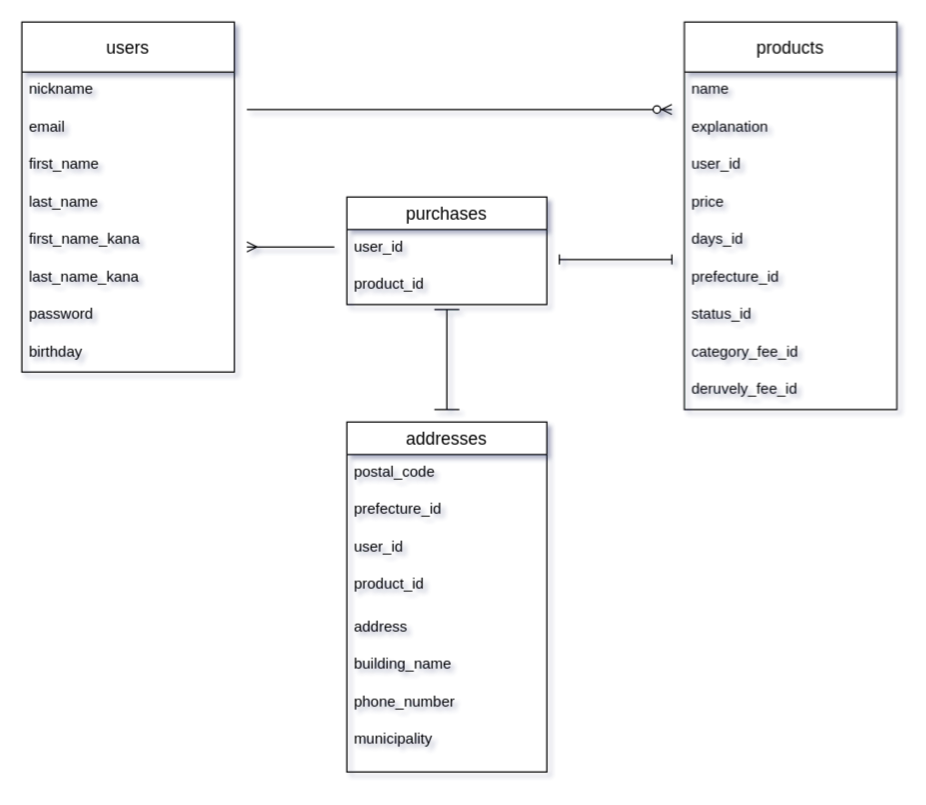
Earlier version of the draw.io diagram er.dio (xxyychyo/furima-37867). Source tidied: cells renumbered, new cells numbered last; positions are measured from the earlier drawing's top-left corner, leaving out a move shared by most shapes. Both pictures are drawn from the tidied source at 125%, with x=0, y=0 at pixel (21, 21).
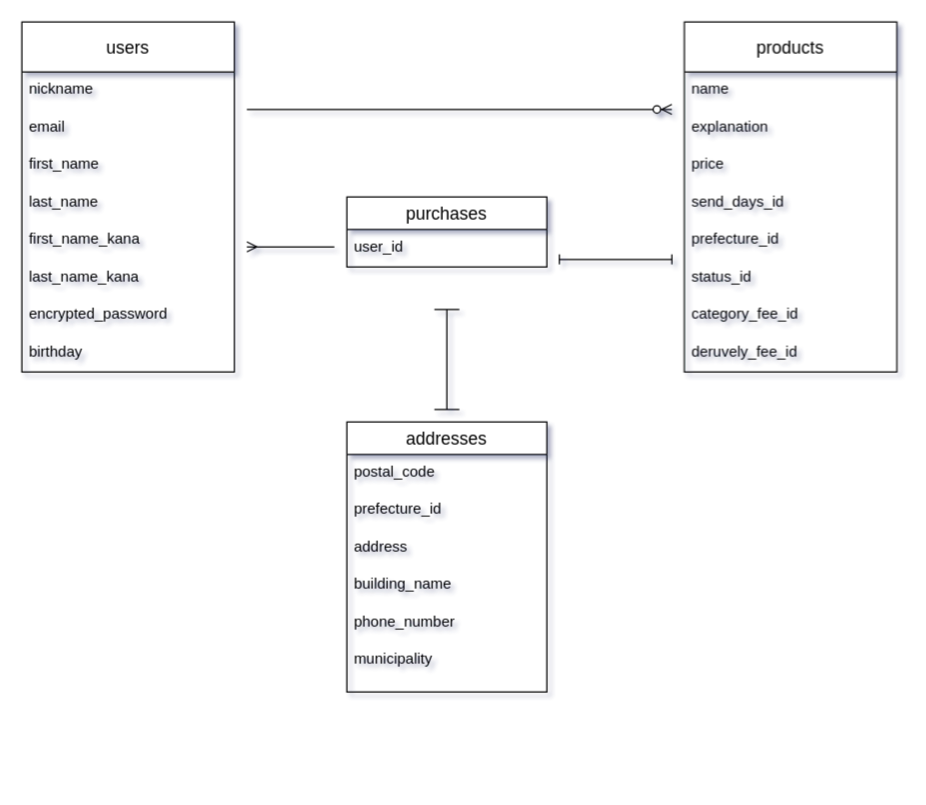
Above is the later version.

Unchanged cells that the change refers to:
```xml
<mxCell id="24" value="users" style="swimlane;fontStyle=0;horizontal=1;startSize=40;align=center;fontSize=14;direction=east;" parent="1" vertex="1">
  <mxGeometry width="170" height="280" as="geometry" />
</mxCell>
```

Diff of the diagram source:
```diff
@@
     <mxCell id="2" value="products" style="swimlane;fontStyle=0;horizontal=1;startSize=40;align=center;fontSize=14;direction=east;" parent="1" vertex="1">
-      <mxGeometry x="530" width="170" height="310" as="geometry" />
+      <mxGeometry x="530" width="170" height="280" as="geometry" />
     </mxCell>
@@
-    <mxCell id="5" value="user_id" style="text;strokeColor=none;fillColor=none;spacingLeft=4;spacingRight=4;overflow=hidden;fontSize=12;" parent="2" vertex="1">
-      <mxGeometry y="100" width="170" height="30" as="geometry" />
-    </mxCell>
     <mxCell id="6" value="price" style="text;strokeColor=none;fillColor=none;spacingLeft=4;spacingRight=4;overflow=hidden;fontSize=12;" parent="2" vertex="1">
-      <mxGeometry y="130" width="170" height="30" as="geometry" />
+      <mxGeometry y="100" width="170" height="30" as="geometry" />
     </mxCell>
-    <mxCell id="7" value="days_id" style="text;strokeColor=none;fillColor=none;spacingLeft=4;spacingRight=4;overflow=hidden;fontSize=12;" parent="2" vertex="1">
-      <mxGeometry y="160" width="170" height="30" as="geometry" />
+    <mxCell id="7" value="send_days_id" style="text;strokeColor=none;fillColor=none;spacingLeft=4;spacingRight=4;overflow=hidden;fontSize=12;" parent="2" vertex="1">
+      <mxGeometry y="130" width="170" height="30" as="geometry" />
     </mxCell>
     <mxCell id="8" value="prefecture_id" style="text;strokeColor=none;fillColor=none;spacingLeft=4;spacingRight=4;overflow=hidden;fontSize=12;" parent="2" vertex="1">
-      <mxGeometry y="190" width="170" height="30" as="geometry" />
+      <mxGeometry y="160" width="170" height="30" as="geometry" />
     </mxCell>
     <mxCell id="9" value="status_id" style="text;strokeColor=none;fillColor=none;spacingLeft=4;spacingRight=4;overflow=hidden;fontSize=12;" parent="2" vertex="1">
-      <mxGeometry y="220" width="170" height="30" as="geometry" />
+      <mxGeometry y="190" width="170" height="30" as="geometry" />
     </mxCell>
     <mxCell id="10" value="category_fee_id&#10;&#10;" style="text;strokeColor=none;fillColor=none;spacingLeft=4;spacingRight=4;overflow=hidden;fontSize=12;" parent="2" vertex="1">
-      <mxGeometry y="250" width="170" height="30" as="geometry" />
+      <mxGeometry y="220" width="170" height="30" as="geometry" />
     </mxCell>
     <mxCell id="11" value="deruvely_fee_id" style="text;strokeColor=none;fillColor=none;spacingLeft=4;spacingRight=4;overflow=hidden;fontSize=12;" parent="2" vertex="1">
-      <mxGeometry y="280" width="170" height="30" as="geometry" />
+      <mxGeometry y="250" width="170" height="30" as="geometry" />
     </mxCell>
     <mxCell id="12" value="purchases" style="swimlane;fontStyle=0;horizontal=1;startSize=26;align=center;fontSize=14;" parent="1" vertex="1">
-      <mxGeometry x="260" y="140" width="160" height="86" as="geometry" />
+      <mxGeometry x="260" y="140" width="160" height="56" as="geometry" />
     </mxCell>
@@
-    <mxCell id="14" value="product_id" style="text;strokeColor=none;fillColor=none;spacingLeft=4;spacingRight=4;overflow=hidden;fontSize=12;" parent="12" vertex="1">
-      <mxGeometry y="56" width="160" height="30" as="geometry" />
-    </mxCell>
     <mxCell id="15" value="addresses" style="swimlane;fontStyle=0;horizontal=1;startSize=26;align=center;fontSize=14;" parent="1" vertex="1">
-      <mxGeometry x="260" y="320" width="160" height="280" as="geometry" />
+      <mxGeometry x="260" y="320" width="160" height="216" as="geometry" />
     </mxCell>
@@
-    <mxCell id="18" value="user_id" style="text;strokeColor=none;fillColor=none;spacingLeft=4;spacingRight=4;overflow=hidden;fontSize=12;whiteSpace=wrap;" parent="15" vertex="1">
-      <mxGeometry y="86" width="160" height="30" as="geometry" />
-    </mxCell>
-    <mxCell id="19" value="product_id" style="text;strokeColor=none;fillColor=none;spacingLeft=4;spacingRight=4;overflow=hidden;fontSize=12;whiteSpace=wrap;" parent="15" vertex="1">
-      <mxGeometry y="116" width="160" height="34" as="geometry" />
-    </mxCell>
     <mxCell id="20" value="address" style="text;strokeColor=none;fillColor=none;spacingLeft=4;spacingRight=4;overflow=hidden;fontSize=12;whiteSpace=wrap;" parent="15" vertex="1">
-      <mxGeometry y="150" width="160" height="30" as="geometry" />
+      <mxGeometry y="86" width="160" height="30" as="geometry" />
     </mxCell>
     <mxCell id="21" value="building_name" style="text;strokeColor=none;fillColor=none;spacingLeft=4;spacingRight=4;overflow=hidden;fontSize=12;whiteSpace=wrap;" parent="15" vertex="1">
-      <mxGeometry y="180" width="160" height="30" as="geometry" />
+      <mxGeometry y="116" width="160" height="30" as="geometry" />
     </mxCell>
     <mxCell id="22" value="phone_number" style="text;strokeColor=none;fillColor=none;spacingLeft=4;spacingRight=4;overflow=hidden;fontSize=12;whiteSpace=wrap;" parent="15" vertex="1">
-      <mxGeometry y="210" width="160" height="30" as="geometry" />
+      <mxGeometry y="146" width="160" height="30" as="geometry" />
     </mxCell>
     <mxCell id="23" value="municipality" style="text;strokeColor=none;fillColor=none;spacingLeft=4;spacingRight=4;overflow=hidden;fontSize=12;" parent="15" vertex="1">
-      <mxGeometry y="240" width="160" height="40" as="geometry" />
+      <mxGeometry y="176" width="160" height="40" as="geometry" />
     </mxCell>
@@
-    <mxCell id="31" value="password" style="text;strokeColor=none;fillColor=none;spacingLeft=4;spacingRight=4;overflow=hidden;fontSize=12;" parent="24" vertex="1">
+    <mxCell id="31" value="encrypted_password" style="text;strokeColor=none;fillColor=none;spacingLeft=4;spacingRight=4;overflow=hidden;fontSize=12;" parent="24" vertex="1">
       <mxGeometry y="220" width="170" height="30" as="geometry" />
     </mxCell>
```
